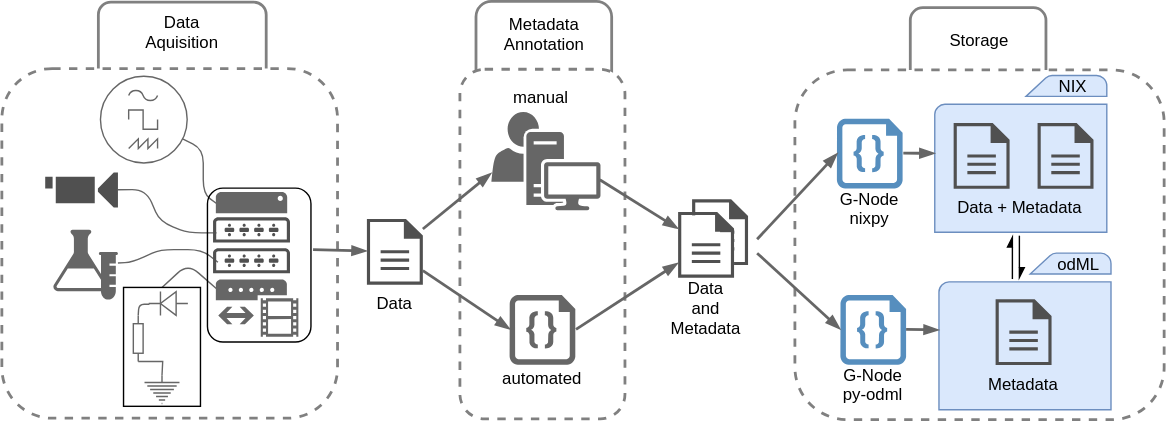
Above: 201808_INCF_Conference_Montreal/odML_pipe.svg in mpsonntag/prespost (draw.io), before the change. Source tidied: cells renumbered, new cells last; positions are measured from the earlier drawing's top-left corner, leaving out a move shared by most shapes.
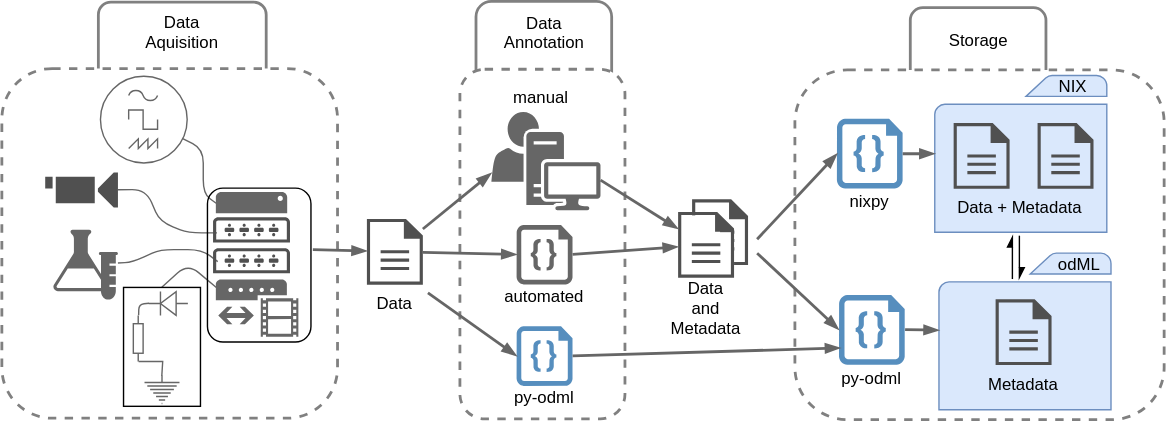
After the commit.

Commit message:
[201808 INCF conf] Update odML pipe

Change to the diagram source:
```diff
@@ -2,6 +2,12 @@
   <root>
     <mxCell id="0" />
     <mxCell id="1" parent="0" />
+    <mxCell id="5" style="rounded=1;whiteSpace=wrap;strokeColor=#808080;strokeWidth=2;fillColor=none;gradientColor=none;" parent="1" vertex="1">
+      <mxGeometry x="338.5" y="-0.5" width="97" height="73" as="geometry" />
+    </mxCell>
+    <mxCell id="6" style="rounded=1;whiteSpace=wrap;html=1;dashed=1;strokeColor=#808080;strokeWidth=2;fillColor=#ffffff;gradientColor=none;fontSize=14;fontColor=#808080;" parent="1" vertex="1">
+      <mxGeometry x="327" y="48" width="118" height="250" as="geometry" />
+    </mxCell>
     <mxCell id="2" style="rounded=1;whiteSpace=wrap;html=1;strokeColor=#808080;strokeWidth=2;fillColor=none;gradientColor=none;" parent="1" vertex="1">
       <mxGeometry x="649" y="4" width="97" height="60" as="geometry" />
     </mxCell>
@@ -11,12 +17,6 @@
     <mxCell id="4" style="shadow=0;dashed=0;html=1;strokeColor=#6c8ebf;fillColor=#dae8fc;labelPosition=center;verticalLabelPosition=bottom;verticalAlign=top;shape=mxgraph.office.concepts.folder;" parent="1" vertex="1">
       <mxGeometry x="669.5" y="179.5" width="123" height="112" as="geometry" />
     </mxCell>
-    <mxCell id="5" style="rounded=1;whiteSpace=wrap;strokeColor=#808080;strokeWidth=2;fillColor=none;gradientColor=none;" parent="1" vertex="1">
-      <mxGeometry x="338.5" y="-0.5" width="97" height="73" as="geometry" />
-    </mxCell>
-    <mxCell id="6" style="rounded=1;whiteSpace=wrap;html=1;dashed=1;strokeColor=#808080;strokeWidth=2;fillColor=#ffffff;gradientColor=none;fontSize=14;fontColor=#808080;" parent="1" vertex="1">
-      <mxGeometry x="327" y="48" width="118" height="250" as="geometry" />
-    </mxCell>
     <mxCell id="7" style="rounded=1;whiteSpace=wrap;html=1;strokeColor=#808080;strokeWidth=2;fillColor=none;gradientColor=none;" parent="1" vertex="1">
       <mxGeometry x="68.5" width="120" height="60" as="geometry" />
     </mxCell>
@@ -121,8 +121,8 @@
     <mxCell id="31" style="rounded=1;whiteSpace=wrap;html=1;fillColor=none;" parent="26" vertex="1">
       <mxGeometry x="-4" y="29" width="74" height="110" as="geometry" />
     </mxCell>
-    <mxCell id="32" value="automated" style="shadow=0;dashed=0;strokeColor=none;shape=mxgraph.azure.code_file;fillColor=#666666;spacingTop=70;" parent="1" vertex="1">
-      <mxGeometry x="362.5" y="209.3" width="47" height="50" as="geometry" />
+    <mxCell id="32" value="automated" style="shadow=0;dashed=0;strokeColor=none;shape=mxgraph.azure.code_file;fillColor=#666666;spacingTop=60;" parent="1" vertex="1">
+      <mxGeometry x="367.5" y="159.3" width="40" height="42.5" as="geometry" />
     </mxCell>
     <mxCell id="33" style="shadow=0;dashed=0;html=1;strokeColor=#6c8ebf;fillColor=#dae8fc;labelPosition=center;verticalLabelPosition=bottom;verticalAlign=top;shape=mxgraph.office.concepts.folder;" parent="1" vertex="1">
       <mxGeometry x="666.5" y="52.5" width="123" height="112" as="geometry" />
@@ -130,8 +130,8 @@
     <mxCell id="34" value="Data" style="shadow=0;dashed=0;strokeColor=none;fillColor=#505050;labelPosition=center;verticalLabelPosition=bottom;verticalAlign=top;outlineConnect=0;align=center;shape=mxgraph.office.concepts.document;" parent="1" vertex="1">
       <mxGeometry x="260.5" y="155" width="40" height="47" as="geometry" />
     </mxCell>
-    <mxCell id="35" value="Metadata &#10;Annotation" style="text;strokeColor=none;fillColor=none;align=center;verticalAlign=middle;rounded=0;" parent="1" vertex="1">
-      <mxGeometry x="367.5" y="13.5" width="40" height="20" as="geometry" />
+    <mxCell id="35" value="Data &#10;Annotation" style="text;strokeColor=none;fillColor=none;align=center;verticalAlign=middle;rounded=0;" parent="1" vertex="1">
+      <mxGeometry x="367.5" y="12.5" width="40" height="20" as="geometry" />
     </mxCell>
     <mxCell id="36" value="NIX" style="text;strokeColor=none;fillColor=none;align=center;verticalAlign=middle;whiteSpace=wrap;rounded=0;" parent="1" vertex="1">
       <mxGeometry x="745" y="50" width="40" height="20" as="geometry" />
@@ -139,11 +139,11 @@
     <mxCell id="37" value="odML" style="text;strokeColor=none;fillColor=none;align=center;verticalAlign=middle;whiteSpace=wrap;rounded=0;" parent="1" vertex="1">
       <mxGeometry x="749" y="176.5" width="40" height="20" as="geometry" />
     </mxCell>
-    <mxCell id="38" value="G-Node&#10;nixpy" style="shadow=0;dashed=0;strokeColor=none;shape=mxgraph.azure.code_file;fillColor=#568EBE;spacingBottom=0;spacingTop=80;" parent="1" vertex="1">
+    <mxCell id="38" value="nixpy" style="shadow=0;dashed=0;strokeColor=none;shape=mxgraph.azure.code_file;fillColor=#568EBE;spacingBottom=0;spacingTop=70;" parent="1" vertex="1">
       <mxGeometry x="596.5" y="83.3" width="47" height="50" as="geometry" />
     </mxCell>
-    <mxCell id="39" value="G-Node&#10;py-odml" style="shadow=0;dashed=0;strokeColor=none;shape=mxgraph.azure.code_file;fillColor=#568EBE;spacingTop=80;" parent="1" vertex="1">
-      <mxGeometry x="599" y="209.3" width="47" height="50" as="geometry" />
+    <mxCell id="39" value="py-odml" style="shadow=0;dashed=0;strokeColor=none;shape=mxgraph.azure.code_file;fillColor=#568EBE;spacingTop=70;" parent="1" vertex="1">
+      <mxGeometry x="598" y="209.3" width="47" height="50" as="geometry" />
     </mxCell>
     <mxCell id="40" style="shadow=0;dashed=0;html=1;strokeColor=none;fillColor=#505050;labelPosition=center;verticalLabelPosition=bottom;verticalAlign=top;align=center;shape=mxgraph.office.concepts.document;" parent="1" vertex="1">
       <mxGeometry x="740" y="86.5" width="40" height="47" as="geometry" />
@@ -239,5 +239,14 @@
     <mxCell id="67" value="Data + Metadata&#10;" style="text;align=left;verticalAlign=top;spacingTop=-4;" parent="1" vertex="1">
       <mxGeometry x="681" y="137" width="100" height="20" as="geometry" />
     </mxCell>
+    <mxCell id="68" value="py-odml" style="shadow=0;dashed=0;strokeColor=none;shape=mxgraph.azure.code_file;fillColor=#568EBE;spacingTop=60;" parent="1" vertex="1">
+      <mxGeometry x="367.5" y="231.8" width="40" height="42.5" as="geometry" />
+    </mxCell>
+    <mxCell id="69" style="endArrow=blockThin;html=1;endFill=1;strokeWidth=2;strokeColor=#666666;exitX=1.088;exitY=1.128;exitPerimeter=0;entryX=0;entryY=0.5;entryPerimeter=0;" parent="1" edge="1" source="34" target="68">
+      <mxGeometry relative="1" as="geometry" />
+    </mxCell>
+    <mxCell id="70" style="endArrow=blockThin;html=1;endFill=1;strokeWidth=2;strokeColor=#666666;entryX=0.021;entryY=0.759;entryPerimeter=0;exitX=1;exitY=0.5;exitPerimeter=0;" parent="1" edge="1" source="68" target="39">
+      <mxGeometry relative="1" as="geometry" />
+    </mxCell>
   </root>
 </mxGraphModel>
```
